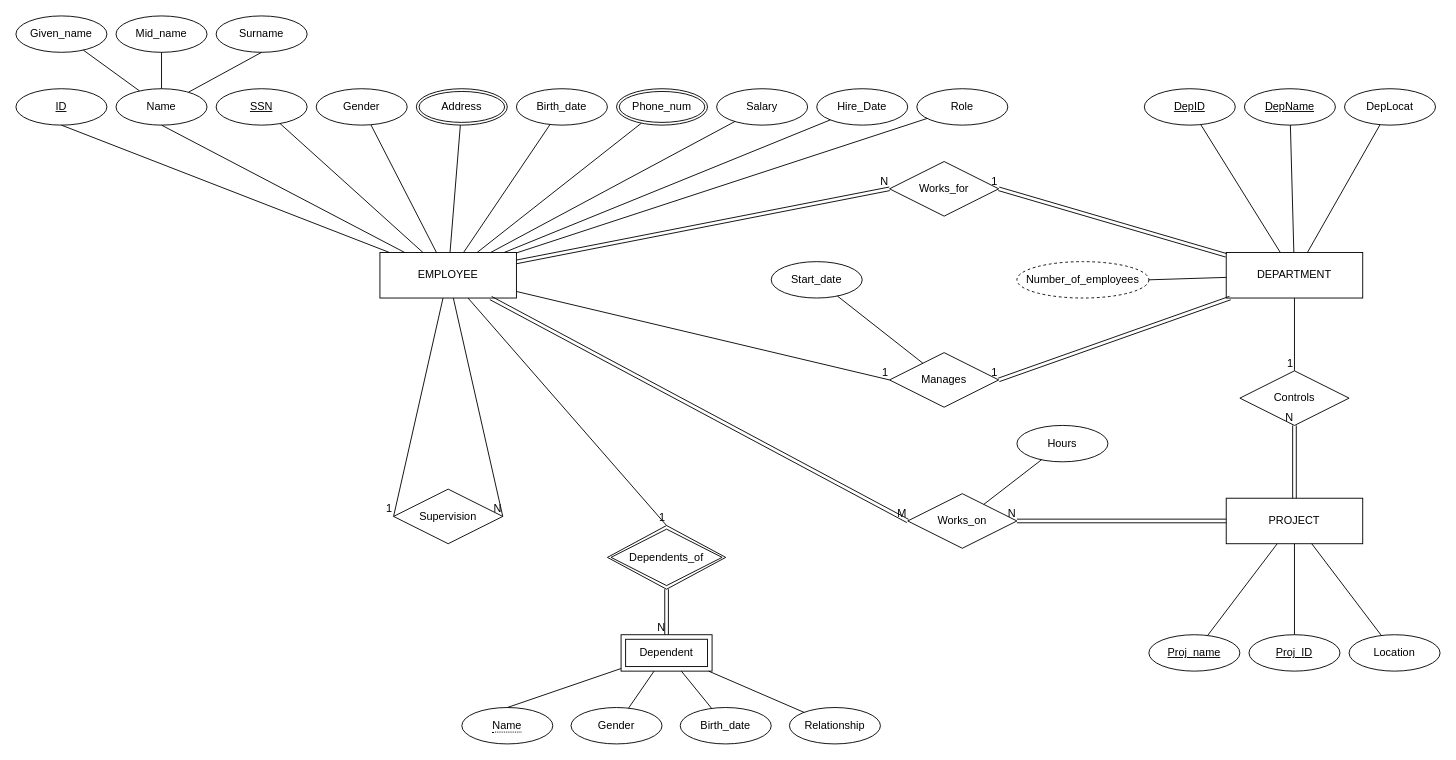
Above: docs/project.drawio in anand-byamba/database-project (draw.io), before the change. Source tidied: cells renumbered, new cells numbered last; positions are measured from the earlier drawing's top-left corner, leaving out a move shared by most shapes. Both pictures are drawn from the tidied source at 91%, with x=0, y=0 at pixel (15, 15).
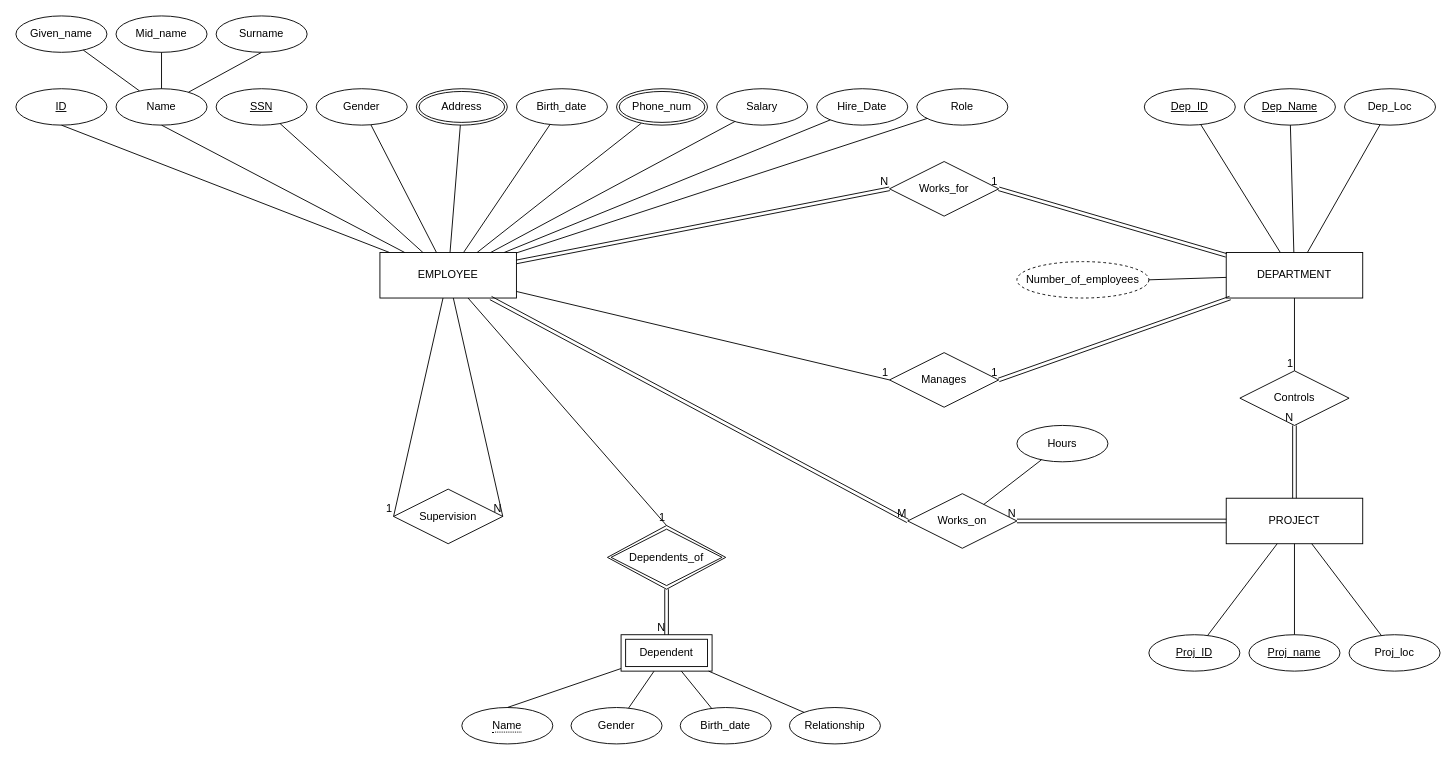
Above is the later version.

Unchanged cells that the change refers to:
```xml
<mxCell id="33" value="Manages" style="shape=rhombus;perimeter=rhombusPerimeter;whiteSpace=wrap;html=1;align=center;" parent="1" vertex="1">
  <mxGeometry x="960" y="370" width="120" height="60" as="geometry" />
</mxCell>
<mxCell id="47" value="PROJECT" style="whiteSpace=wrap;html=1;align=center;" parent="1" vertex="1">
  <mxGeometry x="1330" y="530" width="150" height="50" as="geometry" />
</mxCell>
```

What changed in the source:
```diff
@@
-    <mxCell id="27" value="DepID" style="ellipse;whiteSpace=wrap;html=1;align=center;fontStyle=4;" parent="1" vertex="1">
+    <mxCell id="27" value="Dep_ID" style="ellipse;whiteSpace=wrap;html=1;align=center;fontStyle=4;" parent="1" vertex="1">
       <mxGeometry x="1240" y="80" width="100" height="40" as="geometry" />
     </mxCell>
-    <mxCell id="28" value="DepName" style="ellipse;whiteSpace=wrap;html=1;align=center;fontStyle=4;" parent="1" vertex="1">
+    <mxCell id="28" value="Dep_Name" style="ellipse;whiteSpace=wrap;html=1;align=center;fontStyle=4;" parent="1" vertex="1">
       <mxGeometry x="1350" y="80" width="100" height="40" as="geometry" />
     </mxCell>
@@
     <mxCell id="50" value="Proj_ID" style="ellipse;whiteSpace=wrap;html=1;align=center;fontStyle=4;" parent="1" vertex="1">
-      <mxGeometry x="1355" y="680" width="100" height="40" as="geometry" />
+      <mxGeometry x="1245" y="680" width="100" height="40" as="geometry" />
     </mxCell>
     <mxCell id="51" value="Proj_name" style="ellipse;whiteSpace=wrap;html=1;align=center;fontStyle=4;" parent="1" vertex="1">
-      <mxGeometry x="1245" y="680" width="100" height="40" as="geometry" />
+      <mxGeometry x="1355" y="680" width="100" height="40" as="geometry" />
     </mxCell>
-    <mxCell id="52" value="Location" style="ellipse;whiteSpace=wrap;html=1;align=center;" parent="1" vertex="1">
+    <mxCell id="52" value="Proj_loc" style="ellipse;whiteSpace=wrap;html=1;align=center;" parent="1" vertex="1">
       <mxGeometry x="1465" y="680" width="100" height="40" as="geometry" />
     </mxCell>
-    <mxCell id="53" style="endArrow=none;html=1;rounded=0;" parent="1" edge="1" source="51" target="47">
+    <mxCell id="53" style="endArrow=none;html=1;rounded=0;" parent="1" edge="1" source="50" target="47">
       <mxGeometry relative="1" as="geometry" />
     </mxCell>
-    <mxCell id="54" style="endArrow=none;html=1;rounded=0;" parent="1" edge="1" source="50" target="47">
+    <mxCell id="54" style="endArrow=none;html=1;rounded=0;exitX=0.5;exitY=0;exitDx=0;exitDy=0;" parent="1" edge="1" source="51" target="47">
       <mxGeometry relative="1" as="geometry" />
     </mxCell>
@@
-    <mxCell id="80" value="Start_date" style="ellipse;whiteSpace=wrap;html=1;align=center;" parent="1" vertex="1">
-      <mxGeometry x="830" y="270" width="100" height="40" as="geometry" />
-    </mxCell>
-    <mxCell id="81" style="endArrow=none;html=1;rounded=0;" parent="1" edge="1" source="80" target="33">
-      <mxGeometry relative="1" as="geometry" />
-    </mxCell>
@@
-    <mxCell id="84" value="DepLocat" style="ellipse;whiteSpace=wrap;html=1;align=center;" parent="1" vertex="1">
+    <mxCell id="84" value="Dep_Loc" style="ellipse;whiteSpace=wrap;html=1;align=center;" parent="1" vertex="1">
       <mxGeometry x="1460" y="80" width="100" height="40" as="geometry" />
     </mxCell>
```
